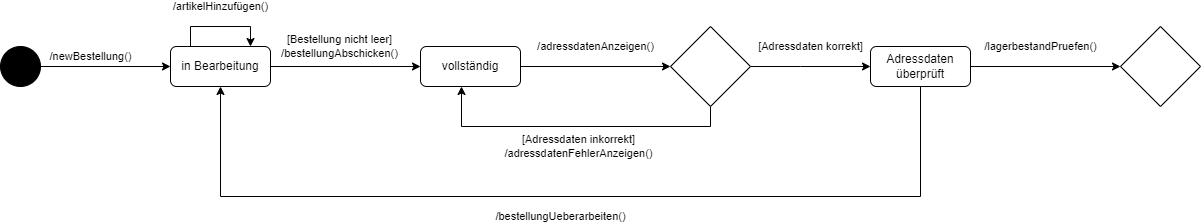
The draw.io diagram Übung9/Uebung9.drawio.png in jahtzee/SE_WS21, before a commit. Source tidied: cells renumbered, new cells last; positions are measured from the earlier drawing's top-left corner, leaving out a move shared by most shapes. Its diagram source:
```xml
<mxGraphModel>
  <root>
    <mxCell id="0" />
    <mxCell id="1" parent="0" />
    <mxCell id="2" value="/newBestellung()" style="edgeStyle=orthogonalEdgeStyle;rounded=0;jettySize=auto;html=1;" parent="1" edge="1" source="3" target="5">
      <mxGeometry x="-0.23" y="10" relative="1" as="geometry" />
    </mxCell>
    <mxCell id="3" style="shape=ellipse;html=1;fillColor=#000000;fontSize=18;fontColor=#ffffff;" parent="1" vertex="1">
      <mxGeometry y="20" width="40" height="40" as="geometry" />
    </mxCell>
    <mxCell id="4" value="[Bestellung nicht leer]&lt;br&gt;/bestellungAbschicken()" style="edgeStyle=orthogonalEdgeStyle;rounded=0;jettySize=auto;html=1;" parent="1" edge="1" source="5" target="7">
      <mxGeometry x="-0.08" y="20" relative="1" as="geometry" />
    </mxCell>
    <mxCell id="5" value="in Bearbeitung" style="shape=rect;rounded=1;html=1;whiteSpace=wrap;align=center;" parent="1" vertex="1">
      <mxGeometry x="170" y="20" width="100" height="40" as="geometry" />
    </mxCell>
    <mxCell id="6" value="/adressdatenAnzeigen()" style="edgeStyle=orthogonalEdgeStyle;rounded=0;jettySize=auto;html=1;" parent="1" edge="1" source="7" target="14">
      <mxGeometry y="20" relative="1" as="geometry" />
    </mxCell>
    <mxCell id="7" value="vollständig" style="shape=rect;rounded=1;html=1;whiteSpace=wrap;align=center;" parent="1" vertex="1">
      <mxGeometry x="420" y="20" width="100" height="40" as="geometry" />
    </mxCell>
    <mxCell id="8" value="/artikelHinzufügen()" style="edgeStyle=orthogonalEdgeStyle;rounded=0;orthogonalLoop=1;jettySize=auto;html=1;" parent="1" edge="1" source="5" target="5">
      <mxGeometry y="20" relative="1" as="geometry">
        <Array as="points">
          <mxPoint x="190" />
          <mxPoint x="250" />
        </Array>
      </mxGeometry>
    </mxCell>
    <mxCell id="9" value="/bestellungUeberarbeiten()" style="edgeStyle=orthogonalEdgeStyle;rounded=0;jettySize=auto;html=1;" parent="1" edge="1" source="11" target="5">
      <mxGeometry x="0.02" y="20" relative="1" as="geometry">
        <Array as="points">
          <mxPoint x="920" y="170" />
          <mxPoint x="220" y="170" />
        </Array>
      </mxGeometry>
    </mxCell>
    <mxCell id="10" value="/lagerbestandPruefen()" style="edgeStyle=orthogonalEdgeStyle;rounded=0;jettySize=auto;html=1;" parent="1" edge="1" source="11" target="15">
      <mxGeometry x="-0.07" y="20" relative="1" as="geometry" />
    </mxCell>
    <mxCell id="11" value="Adressdaten überprüft" style="shape=rect;rounded=1;html=1;whiteSpace=wrap;align=center;" parent="1" vertex="1">
      <mxGeometry x="870" y="20" width="100" height="40" as="geometry" />
    </mxCell>
    <mxCell id="12" value="[Adressdaten korrekt]" style="edgeStyle=orthogonalEdgeStyle;rounded=0;jettySize=auto;html=1;" parent="1" edge="1" source="14" target="11">
      <mxGeometry y="20" relative="1" as="geometry">
        <Array as="points">
          <mxPoint x="800" y="40" />
          <mxPoint x="800" y="40" />
        </Array>
      </mxGeometry>
    </mxCell>
    <mxCell id="13" value="[Adressdaten inkorrekt]&lt;br&gt;/adressdatenFehlerAnzeigen()" style="edgeStyle=orthogonalEdgeStyle;rounded=0;jettySize=auto;html=1;" parent="1" edge="1" source="14" target="7">
      <mxGeometry x="-0.01" y="20" relative="1" as="geometry">
        <Array as="points">
          <mxPoint x="710" y="100" />
          <mxPoint x="461" y="100" />
        </Array>
      </mxGeometry>
    </mxCell>
    <mxCell id="14" style="rhombus;whiteSpace=wrap;html=1;" parent="1" vertex="1">
      <mxGeometry x="670" width="80" height="80" as="geometry" />
    </mxCell>
    <mxCell id="15" style="rhombus;whiteSpace=wrap;html=1;" parent="1" vertex="1">
      <mxGeometry x="1120" width="80" height="80" as="geometry" />
    </mxCell>
  </root>
</mxGraphModel>
```
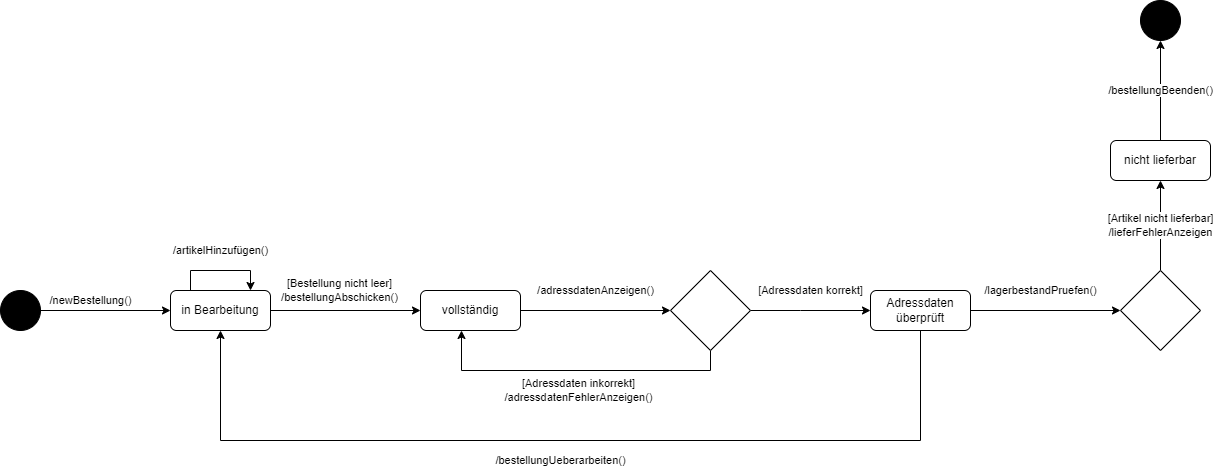
After the change.

The edit, as a diff of the source:
```diff
@@ -61,8 +61,20 @@
     <mxCell id="14" style="rhombus;whiteSpace=wrap;html=1;" parent="1" vertex="1">
       <mxGeometry x="670" width="80" height="80" as="geometry" />
     </mxCell>
+    <mxCell id="16" value="[Artikel nicht lieferbar]&lt;br&gt;/lieferFehlerAnzeigen" style="edgeStyle=orthogonalEdgeStyle;rounded=0;jettySize=auto;html=1;" parent="1" edge="1" source="15" target="18">
+      <mxGeometry relative="1" as="geometry" />
+    </mxCell>
     <mxCell id="15" style="rhombus;whiteSpace=wrap;html=1;" parent="1" vertex="1">
       <mxGeometry x="1120" width="80" height="80" as="geometry" />
     </mxCell>
+    <mxCell id="17" value="/bestellungBeenden()" style="edgeStyle=orthogonalEdgeStyle;rounded=0;jettySize=auto;html=1;" parent="1" edge="1" source="18" target="19">
+      <mxGeometry relative="1" as="geometry" />
+    </mxCell>
+    <mxCell id="18" value="nicht lieferbar" style="shape=rect;rounded=1;html=1;whiteSpace=wrap;align=center;" parent="1" vertex="1">
+      <mxGeometry x="1110" y="-130" width="100" height="40" as="geometry" />
+    </mxCell>
+    <mxCell id="19" style="shape=ellipse;html=1;fillColor=#000000;fontSize=18;fontColor=#ffffff;" parent="1" vertex="1">
+      <mxGeometry x="1140" y="-270" width="40" height="40" as="geometry" />
+    </mxCell>
   </root>
 </mxGraphModel>
```
